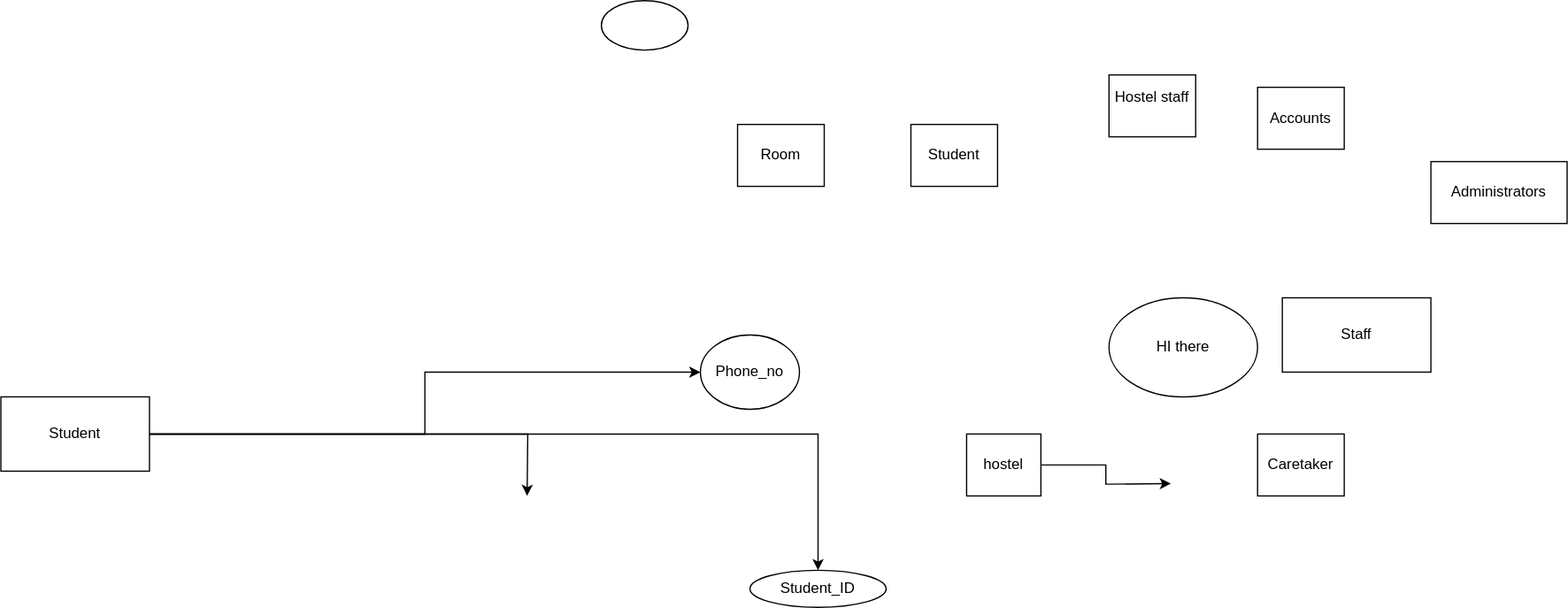
This is hostel_management.drawio.svg from Zeven100/hostel_management, a draw.io export, as it was before one commit. Source tidied: cells renumbered, new cells last; positions are measured from the earlier drawing's top-left corner, leaving out a move shared by most shapes.
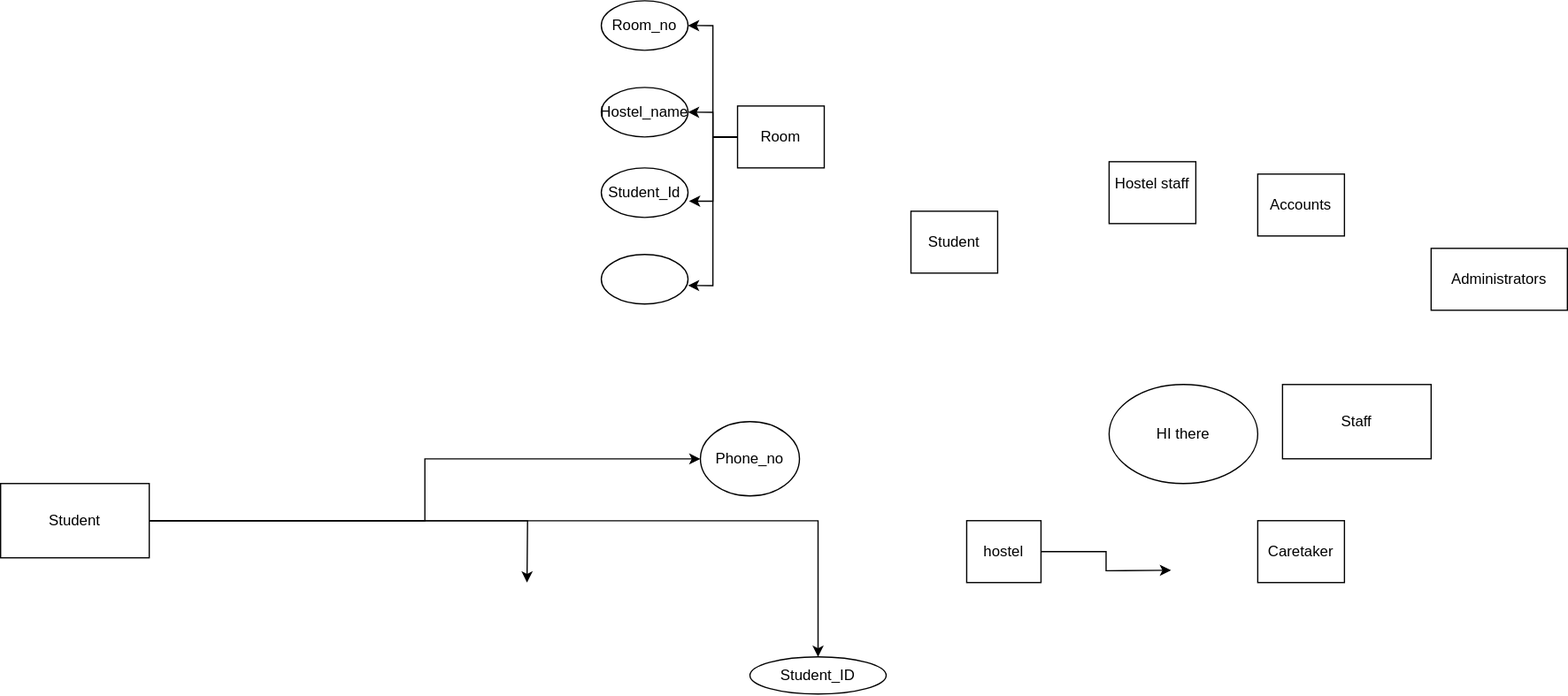
After the change.

Diff of the diagram source:
```diff
@@ -22,8 +22,14 @@
     <mxCell id="7" value="Caretaker" style="rounded=0;whiteSpace=wrap;html=1;" parent="1" vertex="1">
       <mxGeometry x="1015" y="350" width="70" height="50" as="geometry" />
     </mxCell>
+    <mxCell id="19" style="edgeStyle=orthogonalEdgeStyle;rounded=0;jettySize=auto;html=1;entryX=1;entryY=0.5;entryDx=0;entryDy=0;" parent="1" edge="1" source="8" target="18">
+      <mxGeometry relative="1" as="geometry" />
+    </mxCell>
+    <mxCell id="20" style="edgeStyle=orthogonalEdgeStyle;rounded=0;jettySize=auto;html=1;entryX=1;entryY=0.5;entryDx=0;entryDy=0;" parent="1" edge="1" source="8" target="23">
+      <mxGeometry relative="1" as="geometry" />
+    </mxCell>
     <mxCell id="8" value="Room" style="rounded=0;whiteSpace=wrap;html=1;" parent="1" vertex="1">
-      <mxGeometry x="595" y="100" width="70" height="50" as="geometry" />
+      <mxGeometry x="595" y="15" width="70" height="50" as="geometry" />
     </mxCell>
     <mxCell id="9" value="Administrators" style="rounded=0;whiteSpace=wrap;html=1;" parent="1" vertex="1">
       <mxGeometry x="1155" y="130" width="110" height="50" as="geometry" />
@@ -54,8 +60,23 @@
     <mxCell id="17" value="Phone_no" style="ellipse;whiteSpace=wrap;html=1;" parent="1" vertex="1">
       <mxGeometry x="565" y="270" width="80" height="60" as="geometry" />
     </mxCell>
-    <mxCell id="18" style="ellipse;whiteSpace=wrap;html=1;" parent="1" vertex="1">
+    <mxCell id="18" value="Hostel_name" style="ellipse;whiteSpace=wrap;html=1;" parent="1" vertex="1">
       <mxGeometry x="485" width="70" height="40" as="geometry" />
     </mxCell>
+    <mxCell id="21" value="Student_Id" style="ellipse;whiteSpace=wrap;html=1;" parent="1" vertex="1">
+      <mxGeometry x="485" y="65" width="70" height="40" as="geometry" />
+    </mxCell>
+    <mxCell id="22" style="ellipse;whiteSpace=wrap;html=1;" parent="1" vertex="1">
+      <mxGeometry x="485" y="135" width="70" height="40" as="geometry" />
+    </mxCell>
+    <mxCell id="23" value="Room_no" style="ellipse;whiteSpace=wrap;html=1;" parent="1" vertex="1">
+      <mxGeometry x="485" y="-70" width="70" height="40" as="geometry" />
+    </mxCell>
+    <mxCell id="24" style="edgeStyle=orthogonalEdgeStyle;rounded=0;jettySize=auto;html=1;entryX=1.012;entryY=0.672;entryDx=0;entryDy=0;entryPerimeter=0;" parent="1" edge="1" source="8" target="21">
+      <mxGeometry relative="1" as="geometry" />
+    </mxCell>
+    <mxCell id="25" style="edgeStyle=orthogonalEdgeStyle;rounded=0;jettySize=auto;html=1;entryX=1;entryY=0.625;entryDx=0;entryDy=0;entryPerimeter=0;" parent="1" edge="1" source="8" target="22">
+      <mxGeometry relative="1" as="geometry" />
+    </mxCell>
   </root>
 </mxGraphModel>
```
